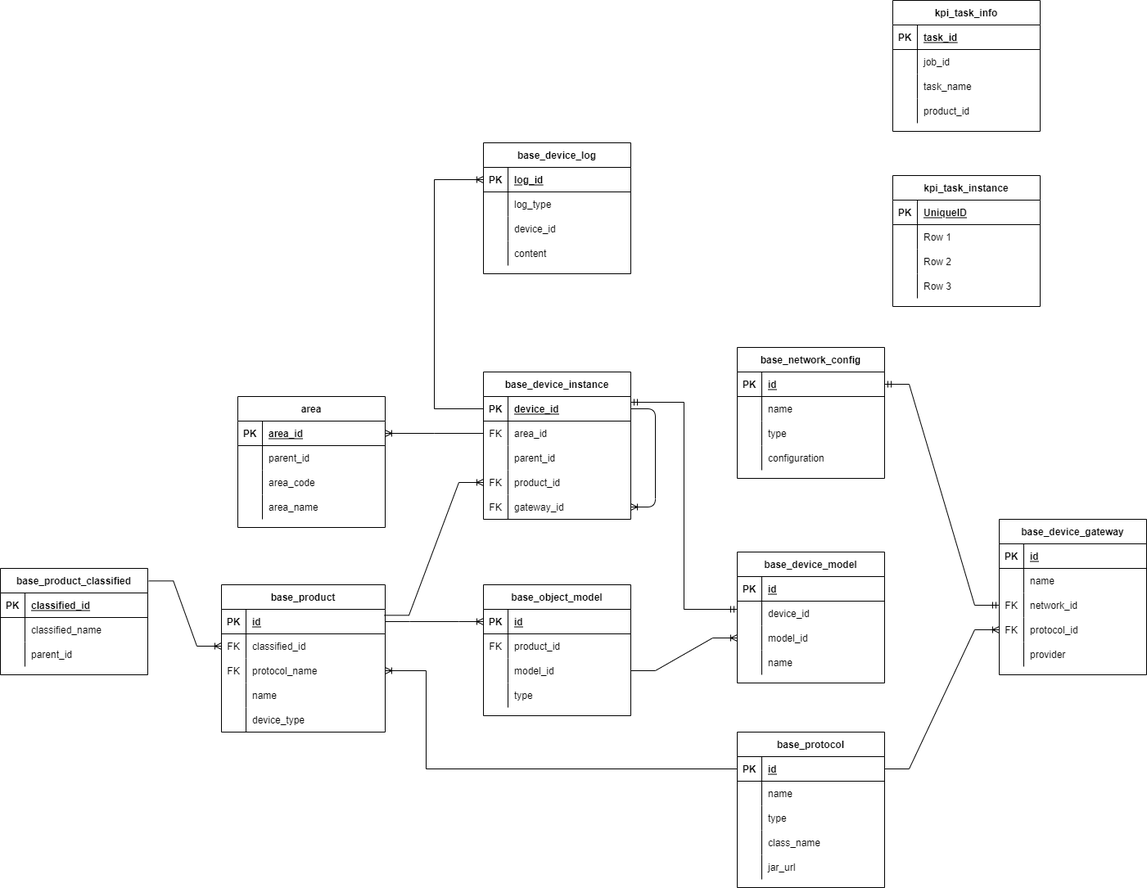
Earlier version of the draw.io export Untitled Diagram.drawio.png (liuyucai/springcloud-config). Source tidied: cells renumbered, new cells last; positions are measured from the earlier drawing's top-left corner, leaving out a move shared by most shapes.
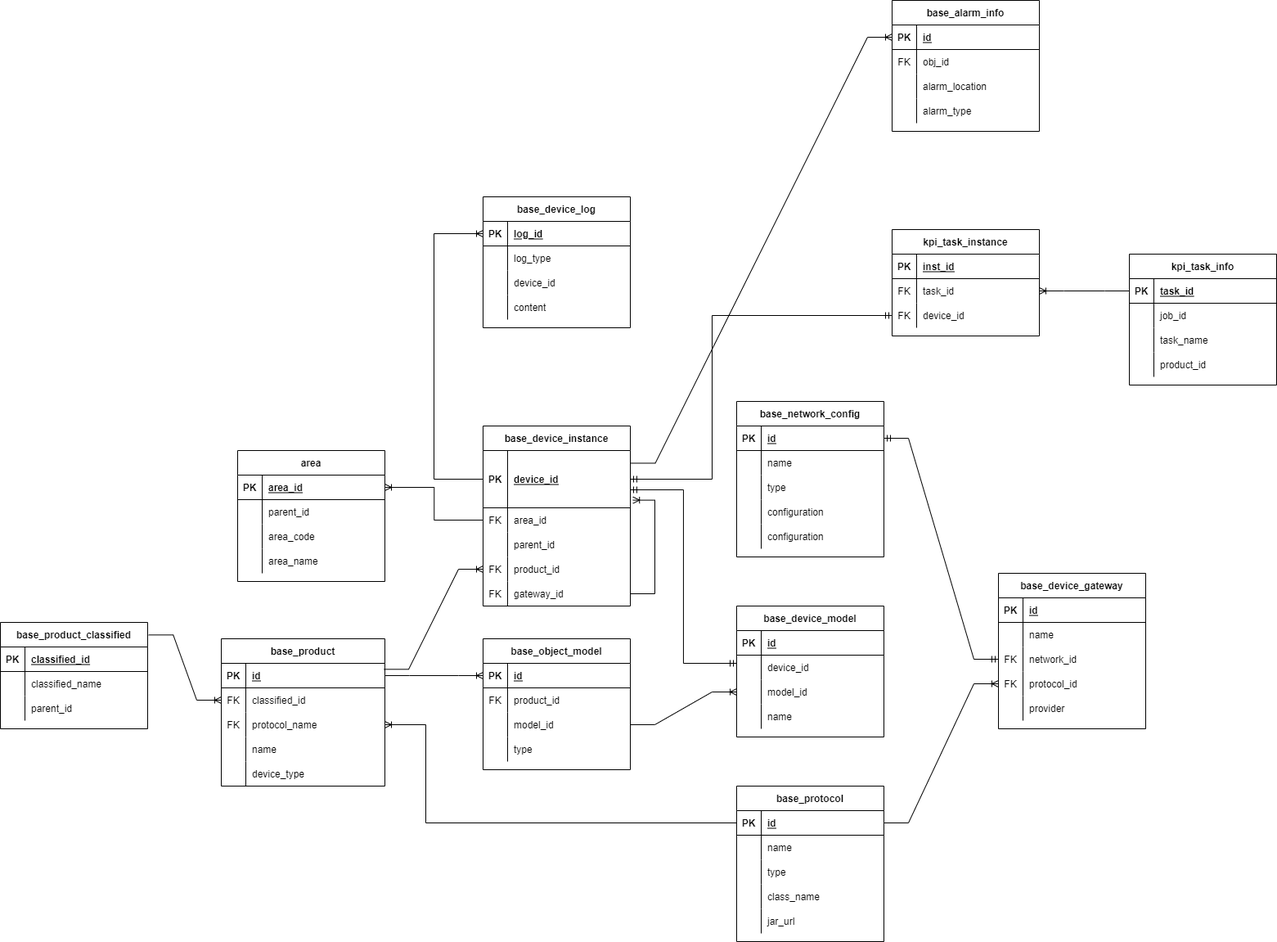
Above is the later version.

What changed in the source:
```diff
@@ -51,19 +51,19 @@
       <mxGeometry x="30" width="170" height="30" as="geometry" />
     </mxCell>
     <mxCell id="18" value="base_device_instance" style="shape=table;startSize=30;rowLines=0;fontStyle=1;align=center;" parent="1" vertex="1">
-      <mxGeometry x="590" y="454" width="180" height="180" as="geometry" />
+      <mxGeometry x="590" y="454" width="180" height="220" as="geometry" />
     </mxCell>
     <mxCell id="19" style="shape=tableRow;horizontal=0;startSize=0;swimlaneHead=0;swimlaneBody=0;fillColor=none;points=[[0,0.5],[1,0.5]];portConstraint=eastwest;top=0;left=0;right=0;bottom=1;" parent="18" vertex="1">
-      <mxGeometry y="30" width="180" height="30" as="geometry" />
+      <mxGeometry y="30" width="180" height="70" as="geometry" />
     </mxCell>
     <mxCell id="20" value="PK" style="shape=partialRectangle;fillColor=none;top=0;left=0;bottom=0;right=0;fontStyle=1;overflow=hidden;" parent="19" vertex="1">
-      <mxGeometry width="30" height="30" as="geometry" />
+      <mxGeometry width="30" height="70" as="geometry" />
     </mxCell>
     <mxCell id="21" value="device_id" style="shape=partialRectangle;fillColor=none;top=0;left=0;bottom=0;right=0;align=left;spacingLeft=6;fontStyle=5;overflow=hidden;" parent="19" vertex="1">
-      <mxGeometry x="30" width="150" height="30" as="geometry" />
+      <mxGeometry x="30" width="150" height="70" as="geometry" />
     </mxCell>
     <mxCell id="22" style="shape=tableRow;horizontal=0;startSize=0;swimlaneHead=0;swimlaneBody=0;fillColor=none;points=[[0,0.5],[1,0.5]];portConstraint=eastwest;top=0;left=0;right=0;bottom=0;" parent="18" vertex="1">
-      <mxGeometry y="60" width="180" height="30" as="geometry" />
+      <mxGeometry y="100" width="180" height="30" as="geometry" />
     </mxCell>
     <mxCell id="23" value="FK" style="shape=partialRectangle;fillColor=none;top=0;left=0;bottom=0;right=0;overflow=hidden;" parent="22" vertex="1">
       <mxGeometry width="30" height="30" as="geometry" />
@@ -72,7 +72,7 @@
       <mxGeometry x="30" width="150" height="30" as="geometry" />
     </mxCell>
     <mxCell id="25" style="shape=tableRow;horizontal=0;startSize=0;swimlaneHead=0;swimlaneBody=0;fillColor=none;top=0;left=0;right=0;bottom=0;" parent="18" vertex="1">
-      <mxGeometry y="90" width="180" height="30" as="geometry" />
+      <mxGeometry y="130" width="180" height="30" as="geometry" />
     </mxCell>
     <mxCell id="26" style="shape=partialRectangle;fillColor=none;top=0;left=0;bottom=0;right=0;overflow=hidden;" parent="25" vertex="1">
       <mxGeometry width="30" height="30" as="geometry" />
@@ -81,7 +81,7 @@
       <mxGeometry x="30" width="150" height="30" as="geometry" />
     </mxCell>
     <mxCell id="28" style="shape=tableRow;horizontal=0;startSize=0;swimlaneHead=0;swimlaneBody=0;fillColor=none;points=[[0,0.5],[1,0.5]];portConstraint=eastwest;top=0;left=0;right=0;bottom=0;" parent="18" vertex="1">
-      <mxGeometry y="120" width="180" height="30" as="geometry" />
+      <mxGeometry y="160" width="180" height="30" as="geometry" />
     </mxCell>
     <mxCell id="29" value="FK" style="shape=partialRectangle;fillColor=none;top=0;left=0;bottom=0;right=0;overflow=hidden;" parent="28" vertex="1">
       <mxGeometry width="30" height="30" as="geometry" />
@@ -90,7 +90,7 @@
       <mxGeometry x="30" width="150" height="30" as="geometry" />
     </mxCell>
     <mxCell id="31" style="shape=tableRow;horizontal=0;startSize=0;swimlaneHead=0;swimlaneBody=0;fillColor=none;points=[[0,0.5],[1,0.5]];portConstraint=eastwest;top=0;left=0;right=0;bottom=0;" parent="18" vertex="1">
-      <mxGeometry y="150" width="180" height="30" as="geometry" />
+      <mxGeometry y="190" width="180" height="30" as="geometry" />
     </mxCell>
     <mxCell id="32" value="FK" style="shape=partialRectangle;fillColor=none;top=0;left=0;bottom=0;right=0;fontStyle=0;overflow=hidden;" parent="31" vertex="1">
       <mxGeometry width="30" height="30" as="geometry" />
@@ -98,9 +98,13 @@
     <mxCell id="33" value="gateway_id" style="shape=partialRectangle;fillColor=none;top=0;left=0;bottom=0;right=0;align=left;spacingLeft=6;fontStyle=0;overflow=hidden;" parent="31" vertex="1">
       <mxGeometry x="30" width="150" height="30" as="geometry" />
     </mxCell>
-    <mxCell id="34" style="edgeStyle=entityRelationEdgeStyle;fontSize=12;html=1;endArrow=ERoneToMany;rounded=1;entryX=1;entryY=0.5;entryDx=0;entryDy=0;exitX=1;exitY=0.5;exitDx=0;exitDy=0;" parent="18" edge="1" source="19" target="31">
-      <mxGeometry relative="1" as="geometry" />
-    </mxCell>
+    <mxCell id="178" style="edgeStyle=elbowEdgeStyle;fontSize=12;html=1;endArrow=ERoneToMany;rounded=0;exitX=1;exitY=0.5;exitDx=0;exitDy=0;entryX=1.018;entryY=0.866;entryDx=0;entryDy=0;entryPerimeter=0;" parent="18" edge="1" source="31" target="19">
+      <mxGeometry relative="1" as="geometry">
+        <Array as="points">
+          <mxPoint x="210" y="150" />
+        </Array>
+      </mxGeometry>
+    </mxCell>
     <mxCell id="35" style="edgeStyle=entityRelationEdgeStyle;fontSize=12;html=1;endArrow=ERoneToMany;rounded=0;exitX=0.995;exitY=0.244;exitDx=0;exitDy=0;entryX=0;entryY=0.5;entryDx=0;entryDy=0;exitPerimeter=0;" parent="1" edge="1" source="3" target="28">
       <mxGeometry relative="1" as="geometry" />
     </mxCell>
@@ -222,7 +226,7 @@
       <mxGeometry relative="1" as="geometry" />
     </mxCell>
     <mxCell id="75" value="base_network_config" style="shape=table;startSize=30;rowLines=0;fontStyle=1;align=center;" parent="1" vertex="1">
-      <mxGeometry x="900" y="424" width="180" height="160" as="geometry" />
+      <mxGeometry x="900" y="424" width="180" height="190" as="geometry" />
     </mxCell>
     <mxCell id="76" style="shape=tableRow;horizontal=0;startSize=0;swimlaneHead=0;swimlaneBody=0;fillColor=none;points=[[0,0.5],[1,0.5]];portConstraint=eastwest;top=0;left=0;right=0;bottom=1;" parent="75" vertex="1">
       <mxGeometry y="30" width="180" height="30" as="geometry" />
@@ -251,8 +255,17 @@
     <mxCell id="84" value="type" style="shape=partialRectangle;fillColor=none;top=0;left=0;bottom=0;right=0;align=left;spacingLeft=6;overflow=hidden;" parent="82" vertex="1">
       <mxGeometry x="30" width="150" height="30" as="geometry" />
     </mxCell>
+    <mxCell id="179" style="shape=tableRow;horizontal=0;startSize=0;swimlaneHead=0;swimlaneBody=0;fillColor=none;top=0;left=0;right=0;bottom=0;" parent="75" vertex="1">
+      <mxGeometry y="120" width="180" height="30" as="geometry" />
+    </mxCell>
+    <mxCell id="180" style="shape=partialRectangle;fillColor=none;top=0;left=0;bottom=0;right=0;overflow=hidden;" parent="179" vertex="1">
+      <mxGeometry width="30" height="30" as="geometry" />
+    </mxCell>
+    <mxCell id="181" value="configuration" style="shape=partialRectangle;fillColor=none;top=0;left=0;bottom=0;right=0;align=left;spacingLeft=6;overflow=hidden;" parent="179" vertex="1">
+      <mxGeometry x="30" width="150" height="30" as="geometry" />
+    </mxCell>
     <mxCell id="85" style="shape=tableRow;horizontal=0;startSize=0;swimlaneHead=0;swimlaneBody=0;fillColor=none;top=0;left=0;right=0;bottom=0;" parent="75" vertex="1">
-      <mxGeometry y="120" width="180" height="30" as="geometry" />
+      <mxGeometry y="150" width="180" height="30" as="geometry" />
     </mxCell>
     <mxCell id="86" style="shape=partialRectangle;fillColor=none;top=0;left=0;bottom=0;right=0;overflow=hidden;" parent="85" vertex="1">
       <mxGeometry width="30" height="30" as="geometry" />
@@ -411,7 +424,7 @@
     </mxCell>
     <mxCell id="136" style="edgeStyle=elbowEdgeStyle;fontSize=12;html=1;endArrow=ERmandOne;startArrow=ERmandOne;rounded=0;" parent="1" edge="1">
       <mxGeometry relative="1" as="geometry">
-        <mxPoint x="770" y="491" as="sourcePoint" />
+        <mxPoint x="770" y="532" as="sourcePoint" />
         <mxPoint x="900" y="744" as="targetPoint" />
       </mxGeometry>
     </mxCell>
@@ -465,7 +478,7 @@
       </mxGeometry>
     </mxCell>
     <mxCell id="152" value="kpi_task_info" style="shape=table;startSize=30;rowLines=0;fontStyle=1;align=center;" parent="1" vertex="1">
-      <mxGeometry x="1090" width="180" height="160" as="geometry" />
+      <mxGeometry x="1380" y="244" width="180" height="160" as="geometry" />
     </mxCell>
     <mxCell id="153" style="shape=tableRow;horizontal=0;startSize=0;swimlaneHead=0;swimlaneBody=0;fillColor=none;points=[[0,0.5],[1,0.5]];portConstraint=eastwest;top=0;left=0;right=0;bottom=1;" parent="152" vertex="1">
       <mxGeometry y="30" width="180" height="30" as="geometry" />
@@ -504,7 +517,7 @@
       <mxGeometry x="30" width="150" height="30" as="geometry" />
     </mxCell>
     <mxCell id="165" value="kpi_task_instance" style="shape=table;startSize=30;rowLines=0;fontStyle=1;align=center;" parent="1" vertex="1">
-      <mxGeometry x="1090" y="214" width="180" height="160" as="geometry" />
+      <mxGeometry x="1090" y="214" width="180" height="130" as="geometry" />
     </mxCell>
     <mxCell id="166" style="shape=tableRow;horizontal=0;startSize=0;swimlaneHead=0;swimlaneBody=0;fillColor=none;top=0;left=0;right=0;bottom=1;" parent="165" vertex="1">
       <mxGeometry y="30" width="180" height="30" as="geometry" />
@@ -512,35 +525,78 @@
     <mxCell id="167" value="PK" style="shape=partialRectangle;fillColor=none;top=0;left=0;bottom=0;right=0;fontStyle=1;overflow=hidden;" parent="166" vertex="1">
       <mxGeometry width="30" height="30" as="geometry" />
     </mxCell>
-    <mxCell id="168" value="UniqueID" style="shape=partialRectangle;fillColor=none;top=0;left=0;bottom=0;right=0;align=left;spacingLeft=6;fontStyle=5;overflow=hidden;" parent="166" vertex="1">
+    <mxCell id="168" value="inst_id" style="shape=partialRectangle;fillColor=none;top=0;left=0;bottom=0;right=0;align=left;spacingLeft=6;fontStyle=5;overflow=hidden;" parent="166" vertex="1">
       <mxGeometry x="30" width="150" height="30" as="geometry" />
     </mxCell>
     <mxCell id="169" style="shape=tableRow;horizontal=0;startSize=0;swimlaneHead=0;swimlaneBody=0;fillColor=none;points=[[0,0.5],[1,0.5]];portConstraint=eastwest;top=0;left=0;right=0;bottom=0;" parent="165" vertex="1">
       <mxGeometry y="60" width="180" height="30" as="geometry" />
     </mxCell>
-    <mxCell id="170" style="shape=partialRectangle;fillColor=none;top=0;left=0;bottom=0;right=0;overflow=hidden;" parent="169" vertex="1">
+    <mxCell id="170" value="FK" style="shape=partialRectangle;fillColor=none;top=0;left=0;bottom=0;right=0;overflow=hidden;" parent="169" vertex="1">
       <mxGeometry width="30" height="30" as="geometry" />
     </mxCell>
-    <mxCell id="171" value="Row 1" style="shape=partialRectangle;fillColor=none;top=0;left=0;bottom=0;right=0;align=left;spacingLeft=6;overflow=hidden;" parent="169" vertex="1">
+    <mxCell id="171" value="task_id" style="shape=partialRectangle;fillColor=none;top=0;left=0;bottom=0;right=0;align=left;spacingLeft=6;overflow=hidden;" parent="169" vertex="1">
       <mxGeometry x="30" width="150" height="30" as="geometry" />
     </mxCell>
     <mxCell id="172" style="shape=tableRow;horizontal=0;startSize=0;swimlaneHead=0;swimlaneBody=0;fillColor=none;points=[[0,0.5],[1,0.5]];portConstraint=eastwest;top=0;left=0;right=0;bottom=0;" parent="165" vertex="1">
       <mxGeometry y="90" width="180" height="30" as="geometry" />
     </mxCell>
-    <mxCell id="173" style="shape=partialRectangle;fillColor=none;top=0;left=0;bottom=0;right=0;overflow=hidden;" parent="172" vertex="1">
+    <mxCell id="173" value="FK" style="shape=partialRectangle;fillColor=none;top=0;left=0;bottom=0;right=0;overflow=hidden;" parent="172" vertex="1">
       <mxGeometry width="30" height="30" as="geometry" />
     </mxCell>
-    <mxCell id="174" value="Row 2" style="shape=partialRectangle;fillColor=none;top=0;left=0;bottom=0;right=0;align=left;spacingLeft=6;overflow=hidden;" parent="172" vertex="1">
+    <mxCell id="174" value="device_id" style="shape=partialRectangle;fillColor=none;top=0;left=0;bottom=0;right=0;align=left;spacingLeft=6;overflow=hidden;" parent="172" vertex="1">
       <mxGeometry x="30" width="150" height="30" as="geometry" />
     </mxCell>
-    <mxCell id="175" style="shape=tableRow;horizontal=0;startSize=0;swimlaneHead=0;swimlaneBody=0;fillColor=none;top=0;left=0;right=0;bottom=0;" parent="165" vertex="1">
-      <mxGeometry y="120" width="180" height="30" as="geometry" />
-    </mxCell>
-    <mxCell id="176" style="shape=partialRectangle;fillColor=none;top=0;left=0;bottom=0;right=0;overflow=hidden;" parent="175" vertex="1">
-      <mxGeometry width="30" height="30" as="geometry" />
-    </mxCell>
-    <mxCell id="177" value="Row 3" style="shape=partialRectangle;fillColor=none;top=0;left=0;bottom=0;right=0;align=left;spacingLeft=6;overflow=hidden;" parent="175" vertex="1">
-      <mxGeometry x="30" width="150" height="30" as="geometry" />
-    </mxCell>
+    <mxCell id="182" style="edgeStyle=elbowEdgeStyle;fontSize=12;html=1;endArrow=ERmandOne;startArrow=ERmandOne;rounded=0;entryX=0;entryY=0.5;entryDx=0;entryDy=0;exitX=1;exitY=0.5;exitDx=0;exitDy=0;" parent="1" edge="1" source="19" target="172">
+      <mxGeometry relative="1" as="geometry">
+        <Array as="points">
+          <mxPoint x="870" y="394" />
+        </Array>
+      </mxGeometry>
+    </mxCell>
+    <mxCell id="183" style="edgeStyle=entityRelationEdgeStyle;fontSize=12;html=1;endArrow=ERoneToMany;rounded=0;exitX=0;exitY=0.5;exitDx=0;exitDy=0;entryX=1;entryY=0.5;entryDx=0;entryDy=0;" parent="1" edge="1" source="153" target="169">
+      <mxGeometry relative="1" as="geometry" />
+    </mxCell>
+    <mxCell id="184" value="base_alarm_info" style="shape=table;startSize=30;rowLines=0;fontStyle=1;align=center;" parent="1" vertex="1">
+      <mxGeometry x="1090" y="-66" width="180" height="160" as="geometry" />
+    </mxCell>
+    <mxCell id="185" style="shape=tableRow;horizontal=0;startSize=0;swimlaneHead=0;swimlaneBody=0;fillColor=none;points=[[0,0.5],[1,0.5]];portConstraint=eastwest;top=0;left=0;right=0;bottom=1;" parent="184" vertex="1">
+      <mxGeometry y="30" width="180" height="30" as="geometry" />
+    </mxCell>
+    <mxCell id="186" value="PK" style="shape=partialRectangle;fillColor=none;top=0;left=0;bottom=0;right=0;fontStyle=1;overflow=hidden;" parent="185" vertex="1">
+      <mxGeometry width="30" height="30" as="geometry" />
+    </mxCell>
+    <mxCell id="187" value="id" style="shape=partialRectangle;fillColor=none;top=0;left=0;bottom=0;right=0;align=left;spacingLeft=6;fontStyle=5;overflow=hidden;" parent="185" vertex="1">
+      <mxGeometry x="30" width="150" height="30" as="geometry" />
+    </mxCell>
+    <mxCell id="188" style="shape=tableRow;horizontal=0;startSize=0;swimlaneHead=0;swimlaneBody=0;fillColor=none;top=0;left=0;right=0;bottom=0;" parent="184" vertex="1">
+      <mxGeometry y="60" width="180" height="30" as="geometry" />
+    </mxCell>
+    <mxCell id="189" value="FK" style="shape=partialRectangle;fillColor=none;top=0;left=0;bottom=0;right=0;overflow=hidden;" parent="188" vertex="1">
+      <mxGeometry width="30" height="30" as="geometry" />
+    </mxCell>
+    <mxCell id="190" value="obj_id" style="shape=partialRectangle;fillColor=none;top=0;left=0;bottom=0;right=0;align=left;spacingLeft=6;overflow=hidden;" parent="188" vertex="1">
+      <mxGeometry x="30" width="150" height="30" as="geometry" />
+    </mxCell>
+    <mxCell id="191" style="shape=tableRow;horizontal=0;startSize=0;swimlaneHead=0;swimlaneBody=0;fillColor=none;top=0;left=0;right=0;bottom=0;" parent="184" vertex="1">
+      <mxGeometry y="90" width="180" height="30" as="geometry" />
+    </mxCell>
+    <mxCell id="192" style="shape=partialRectangle;fillColor=none;top=0;left=0;bottom=0;right=0;overflow=hidden;" parent="191" vertex="1">
+      <mxGeometry width="30" height="30" as="geometry" />
+    </mxCell>
+    <mxCell id="193" value="alarm_location" style="shape=partialRectangle;fillColor=none;top=0;left=0;bottom=0;right=0;align=left;spacingLeft=6;overflow=hidden;" parent="191" vertex="1">
+      <mxGeometry x="30" width="150" height="30" as="geometry" />
+    </mxCell>
+    <mxCell id="194" style="shape=tableRow;horizontal=0;startSize=0;swimlaneHead=0;swimlaneBody=0;fillColor=none;top=0;left=0;right=0;bottom=0;" parent="184" vertex="1">
+      <mxGeometry y="120" width="180" height="30" as="geometry" />
+    </mxCell>
+    <mxCell id="195" style="shape=partialRectangle;fillColor=none;top=0;left=0;bottom=0;right=0;overflow=hidden;" parent="194" vertex="1">
+      <mxGeometry width="30" height="30" as="geometry" />
+    </mxCell>
+    <mxCell id="196" value="alarm_type" style="shape=partialRectangle;fillColor=none;top=0;left=0;bottom=0;right=0;align=left;spacingLeft=6;overflow=hidden;" parent="194" vertex="1">
+      <mxGeometry x="30" width="150" height="30" as="geometry" />
+    </mxCell>
+    <mxCell id="197" style="edgeStyle=entityRelationEdgeStyle;fontSize=12;html=1;endArrow=ERoneToMany;rounded=0;exitX=1.003;exitY=0.221;exitDx=0;exitDy=0;exitPerimeter=0;entryX=0;entryY=0.5;entryDx=0;entryDy=0;" parent="1" edge="1" source="19" target="185">
+      <mxGeometry relative="1" as="geometry" />
+    </mxCell>
   </root>
 </mxGraphModel>
```
